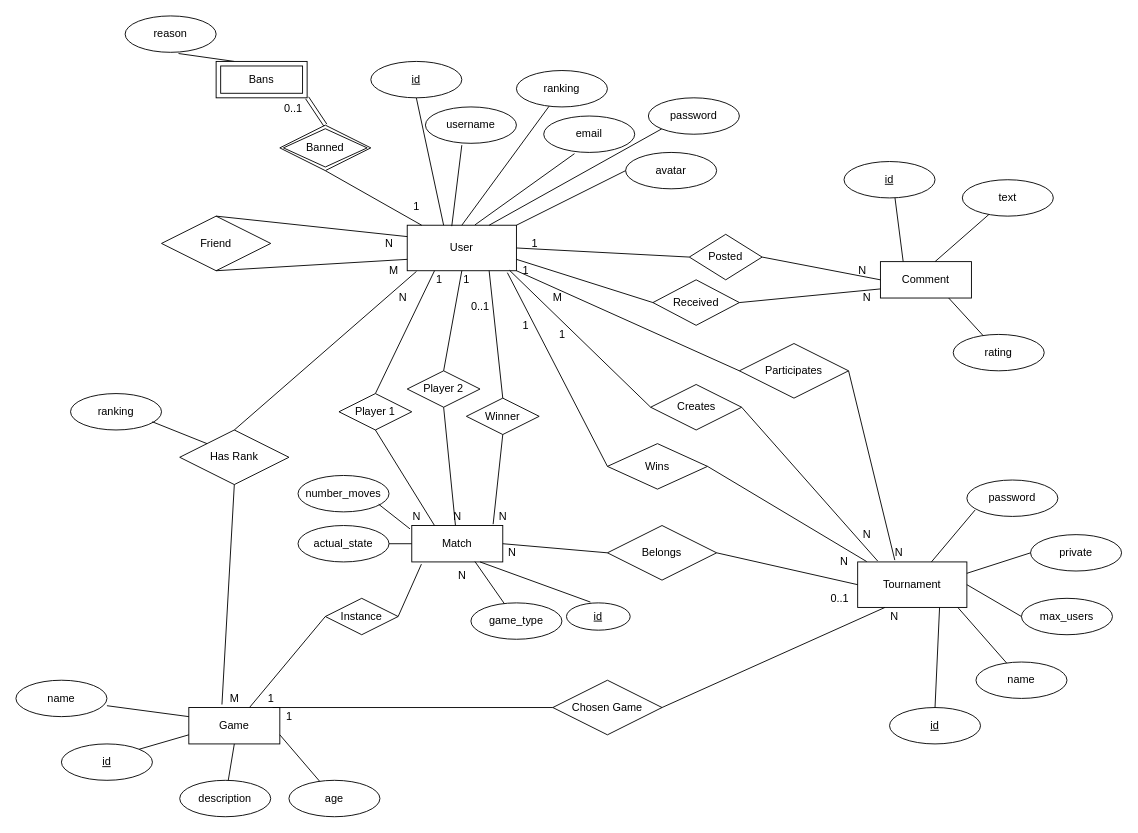
This is Reports/DER.drawio from pedromiglou/MathGames, a draw.io file, before an edit. Source tidied: cells renumbered, new cells numbered last; positions are measured from the earlier drawing's top-left corner, leaving out a move shared by most shapes. Both pictures are drawn from the tidied source at 91%, with x=0, y=0 at pixel (15, 15).
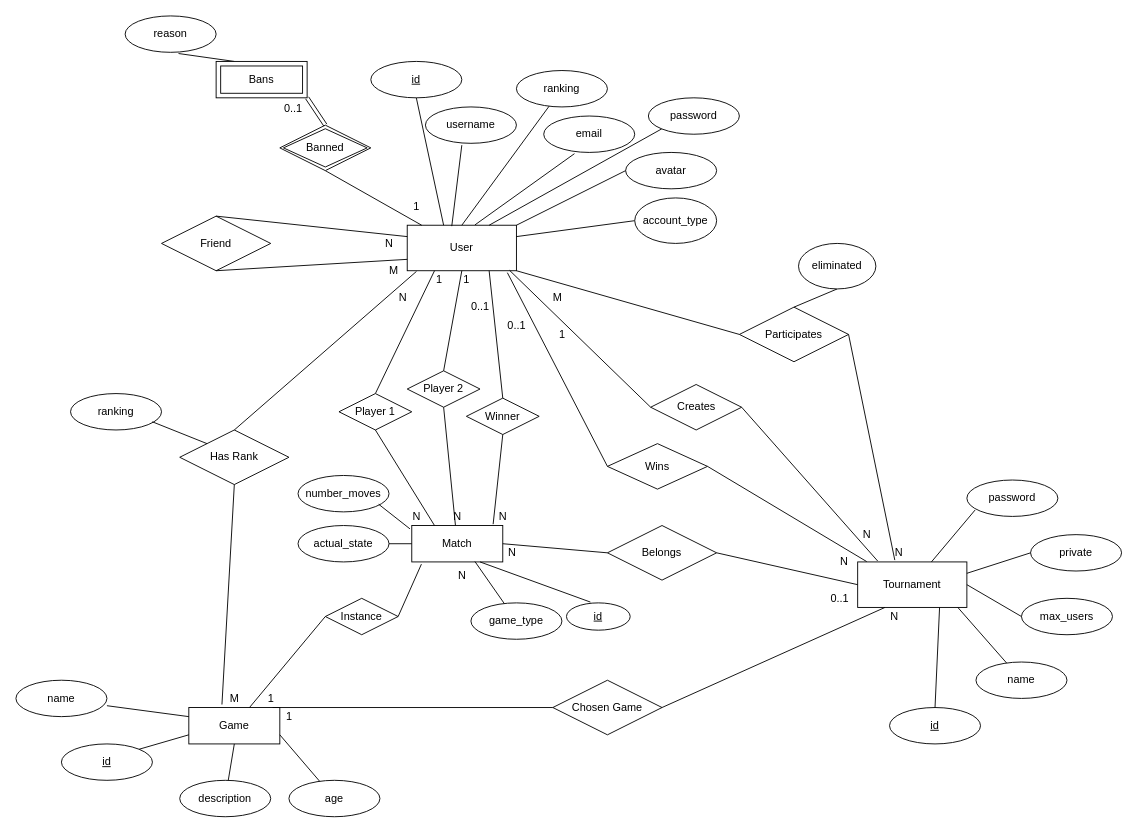
The same diagram, later.

Unchanged cells that the change refers to:
```xml
<mxCell id="2" value="&lt;div&gt;User&lt;/div&gt;" style="whiteSpace=wrap;html=1;align=center;" parent="1" vertex="1">
  <mxGeometry x="430" y="230" width="120" height="50" as="geometry" />
</mxCell>
```

Change to the diagram source:
```diff
@@
-    <mxCell id="36" value="Comment" style="whiteSpace=wrap;html=1;align=center;" parent="1" vertex="1">
-      <mxGeometry x="950" y="270" width="100" height="40" as="geometry" />
-    </mxCell>
-    <mxCell id="37" style="endArrow=none;html=1;entryX=1;entryY=0.5;entryDx=0;entryDy=0;exitX=0;exitY=0.5;exitDx=0;exitDy=0;" parent="1" edge="1" source="51" target="2">
-      <mxGeometry relative="1" as="geometry" />
-    </mxCell>
@@
-    <mxCell id="51" value="Posted" style="shape=rhombus;perimeter=rhombusPerimeter;whiteSpace=wrap;html=1;align=center;" parent="1" vertex="1">
-      <mxGeometry x="740" y="240" width="80" height="50" as="geometry" />
-    </mxCell>
-    <mxCell id="52" style="endArrow=none;html=1;entryX=1;entryY=0.5;entryDx=0;entryDy=0;exitX=0;exitY=0.5;exitDx=0;exitDy=0;" parent="1" edge="1" source="36" target="51">
-      <mxGeometry relative="1" as="geometry" />
-    </mxCell>
-    <mxCell id="53" style="endArrow=none;html=1;entryX=1;entryY=0.75;entryDx=0;entryDy=0;exitX=0;exitY=0.5;exitDx=0;exitDy=0;" parent="1" edge="1" source="54" target="2">
-      <mxGeometry relative="1" as="geometry" />
-    </mxCell>
-    <mxCell id="54" value="Received" style="shape=rhombus;perimeter=rhombusPerimeter;whiteSpace=wrap;html=1;align=center;" parent="1" vertex="1">
-      <mxGeometry x="700" y="290" width="95" height="50" as="geometry" />
-    </mxCell>
-    <mxCell id="55" style="endArrow=none;html=1;entryX=1;entryY=0.5;entryDx=0;entryDy=0;exitX=0;exitY=0.75;exitDx=0;exitDy=0;" parent="1" edge="1" source="36" target="54">
-      <mxGeometry relative="1" as="geometry" />
-    </mxCell>
-    <mxCell id="56" value="1" style="text;html=1;align=center;verticalAlign=middle;" parent="1" vertex="1">
-      <mxGeometry x="560" y="240" width="20" height="20" as="geometry" />
-    </mxCell>
-    <mxCell id="57" value="N" style="text;html=1;align=center;verticalAlign=middle;" parent="1" vertex="1">
-      <mxGeometry x="920" y="270" width="20" height="20" as="geometry" />
-    </mxCell>
-    <mxCell id="58" value="1" style="text;html=1;align=center;verticalAlign=middle;" parent="1" vertex="1">
-      <mxGeometry x="550" y="270" width="20" height="20" as="geometry" />
-    </mxCell>
-    <mxCell id="59" value="N" style="text;html=1;align=center;verticalAlign=middle;" parent="1" vertex="1">
-      <mxGeometry x="925" y="300" width="20" height="20" as="geometry" />
-    </mxCell>
-    <mxCell id="60" value="id" style="ellipse;whiteSpace=wrap;html=1;align=center;fontStyle=4;" parent="1" vertex="1">
-      <mxGeometry x="910" y="160" width="100" height="40" as="geometry" />
-    </mxCell>
-    <mxCell id="61" style="endArrow=none;html=1;exitX=0.25;exitY=0;exitDx=0;exitDy=0;" parent="1" edge="1" source="36">
-      <mxGeometry relative="1" as="geometry">
-        <mxPoint x="966" y="200" as="targetPoint" />
-      </mxGeometry>
-    </mxCell>
-    <mxCell id="62" value="text" style="ellipse;whiteSpace=wrap;html=1;align=center;" parent="1" vertex="1">
-      <mxGeometry x="1040" y="180" width="100" height="40" as="geometry" />
-    </mxCell>
-    <mxCell id="63" value="rating" style="ellipse;whiteSpace=wrap;html=1;align=center;" parent="1" vertex="1">
-      <mxGeometry x="1030" y="350" width="100" height="40" as="geometry" />
-    </mxCell>
-    <mxCell id="64" style="endArrow=none;html=1;" parent="1" edge="1" target="62">
-      <mxGeometry relative="1" as="geometry">
-        <mxPoint x="1010" y="270" as="sourcePoint" />
-      </mxGeometry>
-    </mxCell>
-    <mxCell id="65" style="endArrow=none;html=1;" parent="1" edge="1" source="63">
-      <mxGeometry relative="1" as="geometry">
-        <mxPoint x="1025" y="310" as="targetPoint" />
-      </mxGeometry>
-    </mxCell>
@@
     <mxCell id="102" value="Participates" style="shape=rhombus;perimeter=rhombusPerimeter;whiteSpace=wrap;html=1;align=center;" parent="1" vertex="1">
-      <mxGeometry x="795" y="360" width="120" height="60" as="geometry" />
+      <mxGeometry x="795" y="320" width="120" height="60" as="geometry" />
     </mxCell>
@@
-    <mxCell id="110" value="1" style="text;html=1;align=center;verticalAlign=middle;" parent="1" vertex="1">
-      <mxGeometry x="550" y="330" width="20" height="20" as="geometry" />
+    <mxCell id="110" value="0..1" style="text;html=1;align=center;verticalAlign=middle;" parent="1" vertex="1">
+      <mxGeometry x="530" y="330" width="40" height="20" as="geometry" />
     </mxCell>
@@
+    <mxCell id="126" style="endArrow=none;html=1;exitX=1;exitY=0.25;exitDx=0;exitDy=0;entryX=0;entryY=0.5;entryDx=0;entryDy=0;" parent="1" edge="1" source="2" target="127">
+      <mxGeometry relative="1" as="geometry" />
+    </mxCell>
+    <mxCell id="127" value="account_type" style="ellipse;whiteSpace=wrap;html=1;" parent="1" vertex="1">
+      <mxGeometry x="680" y="200" width="90" height="50" as="geometry" />
+    </mxCell>
+    <mxCell id="128" style="endArrow=none;html=1;exitX=0.5;exitY=0;exitDx=0;exitDy=0;entryX=0.5;entryY=1;entryDx=0;entryDy=0;" parent="1" edge="1" source="102" target="129">
+      <mxGeometry relative="1" as="geometry" />
+    </mxCell>
+    <mxCell id="129" value="eliminated" style="ellipse;whiteSpace=wrap;html=1;" parent="1" vertex="1">
+      <mxGeometry x="860" y="250" width="85" height="50" as="geometry" />
+    </mxCell>
```
